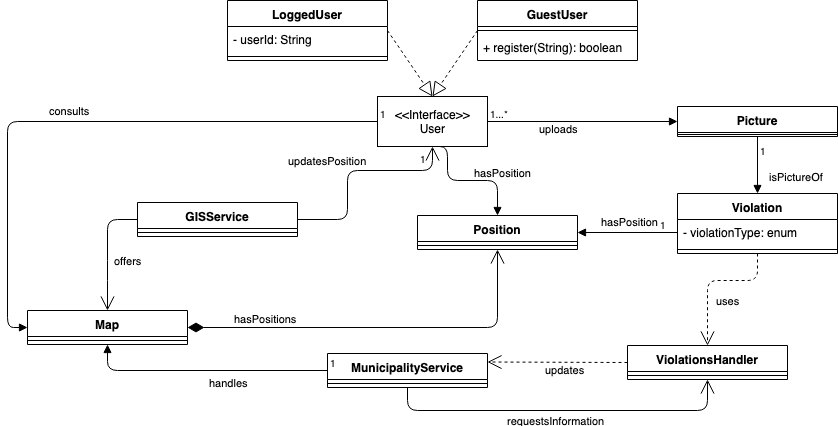
The draw.io diagram Releases/RASD/img/diagrams/uml.png in amecava/safestreets, before a commit. Source tidied: cells renumbered, new cells last; positions are measured from the earlier drawing's top-left corner, leaving out a move shared by most shapes.
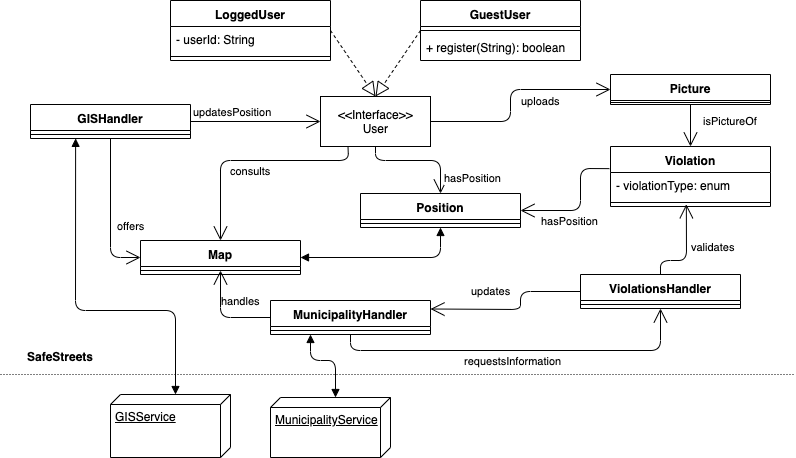
Above is the later version.

Change to the diagram source:
```diff
@@ -30,21 +30,13 @@
       <mxGeometry relative="1" as="geometry" />
     </mxCell>
     <mxCell id="11" value="Picture" style="swimlane;fontStyle=1;align=center;verticalAlign=top;horizontal=1;startSize=26;" parent="1" vertex="1">
-      <mxGeometry x="670" y="106" width="160" height="30" as="geometry" />
+      <mxGeometry x="660" y="74" width="160" height="30" as="geometry" />
     </mxCell>
     <mxCell id="12" style="line;strokeWidth=1;fillColor=none;align=left;verticalAlign=middle;spacingTop=-1;spacingLeft=3;spacingRight=3;labelPosition=right;" parent="11" vertex="1">
       <mxGeometry y="26" width="160" height="4" as="geometry" />
     </mxCell>
-    <mxCell id="13" value="uploads" style="endArrow=block;endFill=1;html=1;edgeStyle=orthogonalEdgeStyle;align=left;verticalAlign=top;exitX=1;exitY=0.5;exitDx=0;exitDy=0;entryX=0;entryY=0.5;entryDx=0;entryDy=0;" parent="1" edge="1" source="5" target="11">
-      <mxGeometry x="0.79" y="120" relative="1" as="geometry">
-        <mxPoint x="-120" y="115" as="offset" />
-      </mxGeometry>
-    </mxCell>
-    <mxCell id="14" value="1...*" style="html=1;align=left;verticalAlign=bottom;labelBackgroundColor=#ffffff;fontSize=10;" parent="13" vertex="1">
-      <mxGeometry x="-1" relative="1" as="geometry" />
-    </mxCell>
     <mxCell id="15" value="Violation" style="swimlane;fontStyle=1;align=center;verticalAlign=top;horizontal=1;startSize=26;" parent="1" vertex="1">
-      <mxGeometry x="670" y="193" width="160" height="60" as="geometry" />
+      <mxGeometry x="660" y="146" width="160" height="60" as="geometry" />
     </mxCell>
     <mxCell id="16" value="- violationType: enum" style="text;strokeColor=none;fillColor=none;align=left;verticalAlign=top;spacingLeft=4;spacingRight=4;overflow=hidden;points=[[0,0.5],[1,0.5]];portConstraint=eastwest;" parent="15" vertex="1">
       <mxGeometry y="26" width="160" height="26" as="geometry" />
@@ -52,122 +44,149 @@
     <mxCell id="17" style="line;strokeWidth=1;fillColor=none;align=left;verticalAlign=middle;spacingTop=-1;spacingLeft=3;spacingRight=3;labelPosition=right;" parent="15" vertex="1">
       <mxGeometry y="52" width="160" height="8" as="geometry" />
     </mxCell>
-    <mxCell id="18" value="isPictureOf" style="endArrow=block;endFill=1;html=1;edgeStyle=orthogonalEdgeStyle;align=left;verticalAlign=top;entryX=0.5;entryY=0;entryDx=0;entryDy=0;exitX=0.5;exitY=1;exitDx=0;exitDy=0;" parent="1" edge="1" source="11" target="15">
-      <mxGeometry x="-0.02" y="10" relative="1" as="geometry" />
-    </mxCell>
-    <mxCell id="19" value="1" style="html=1;align=left;verticalAlign=bottom;labelBackgroundColor=#ffffff;fontSize=10;" parent="18" vertex="1">
-      <mxGeometry x="-1" relative="1" as="geometry">
-        <mxPoint y="22" as="offset" />
-      </mxGeometry>
-    </mxCell>
     <mxCell id="20" value="Position" style="swimlane;fontStyle=1;align=center;verticalAlign=top;horizontal=1;startSize=26;" parent="1" vertex="1">
-      <mxGeometry x="410" y="215" width="160" height="34" as="geometry" />
+      <mxGeometry x="410" y="193" width="160" height="34" as="geometry" />
     </mxCell>
     <mxCell id="21" style="line;strokeWidth=1;fillColor=none;align=left;verticalAlign=middle;spacingTop=-1;spacingLeft=3;spacingRight=3;labelPosition=right;" parent="20" vertex="1">
       <mxGeometry y="26" width="160" height="8" as="geometry" />
     </mxCell>
-    <mxCell id="22" value="hasPosition" style="endArrow=block;endFill=1;html=1;edgeStyle=orthogonalEdgeStyle;align=left;verticalAlign=top;exitX=0;exitY=0.5;exitDx=0;exitDy=0;entryX=1;entryY=0.5;entryDx=0;entryDy=0;" parent="1" edge="1" source="16" target="20">
-      <mxGeometry x="0.56" y="-23" relative="1" as="geometry" />
-    </mxCell>
-    <mxCell id="23" value="1" style="html=1;align=left;verticalAlign=bottom;labelBackgroundColor=#ffffff;fontSize=10;" parent="22" vertex="1">
-      <mxGeometry x="-1" relative="1" as="geometry">
-        <mxPoint x="-20" as="offset" />
-      </mxGeometry>
-    </mxCell>
-    <mxCell id="24" value="hasPosition" style="endArrow=block;endFill=1;html=1;edgeStyle=orthogonalEdgeStyle;align=left;verticalAlign=top;entryX=0.5;entryY=0;entryDx=0;entryDy=0;exitX=0.5;exitY=1;exitDx=0;exitDy=0;" parent="1" edge="1" source="5" target="20">
-      <mxGeometry x="0.1" y="20" relative="1" as="geometry">
-        <Array as="points">
-          <mxPoint x="440" y="146" />
-          <mxPoint x="440" y="180" />
-          <mxPoint x="490" y="180" />
-        </Array>
-      </mxGeometry>
-    </mxCell>
-    <mxCell id="25" value="1" style="html=1;align=left;verticalAlign=bottom;labelBackgroundColor=#ffffff;fontSize=10;" parent="24" vertex="1">
-      <mxGeometry x="-1" relative="1" as="geometry">
-        <mxPoint x="-15" y="20" as="offset" />
-      </mxGeometry>
-    </mxCell>
     <mxCell id="26" value="Map" style="swimlane;fontStyle=1;align=center;verticalAlign=top;horizontal=1;startSize=26;" parent="1" vertex="1">
-      <mxGeometry x="20" y="310" width="160" height="34" as="geometry" />
+      <mxGeometry x="190" y="240" width="160" height="34" as="geometry" />
     </mxCell>
     <mxCell id="27" style="line;strokeWidth=1;fillColor=none;align=left;verticalAlign=middle;spacingTop=-1;spacingLeft=3;spacingRight=3;labelPosition=right;points=[];portConstraint=eastwest;" parent="26" vertex="1">
       <mxGeometry y="26" width="160" height="8" as="geometry" />
     </mxCell>
-    <mxCell id="28" value="consults" style="endArrow=block;endFill=1;html=1;edgeStyle=orthogonalEdgeStyle;align=left;verticalAlign=top;exitX=0;exitY=0.5;exitDx=0;exitDy=0;entryX=0;entryY=0.5;entryDx=0;entryDy=0;" parent="1" edge="1" source="5" target="26">
-      <mxGeometry x="0.11" y="-23" relative="1" as="geometry">
-        <Array as="points">
-          <mxPoint y="121" />
-          <mxPoint y="327" />
-        </Array>
-      </mxGeometry>
-    </mxCell>
-    <mxCell id="29" value="1" style="html=1;align=left;verticalAlign=bottom;labelBackgroundColor=#ffffff;fontSize=10;" parent="28" vertex="1">
-      <mxGeometry x="-1" relative="1" as="geometry" />
-    </mxCell>
-    <mxCell id="30" value="hasPositions" style="endArrow=open;html=1;endSize=12;startArrow=diamondThin;startSize=14;startFill=1;edgeStyle=orthogonalEdgeStyle;align=left;verticalAlign=bottom;exitX=1;exitY=0.5;exitDx=0;exitDy=0;entryX=0.5;entryY=1;entryDx=0;entryDy=0;" parent="1" edge="1" source="26" target="20">
-      <mxGeometry x="-0.77" relative="1" as="geometry" />
-    </mxCell>
-    <mxCell id="31" value="MunicipalityService&#10;" style="swimlane;fontStyle=1;align=center;verticalAlign=top;horizontal=1;startSize=26;" parent="1" vertex="1">
-      <mxGeometry x="320" y="353" width="160" height="34" as="geometry" />
+    <mxCell id="31" value="MunicipalityHandler&#10;" style="swimlane;fontStyle=1;align=center;verticalAlign=top;horizontal=1;startSize=26;" parent="1" vertex="1">
+      <mxGeometry x="320" y="300" width="160" height="34" as="geometry" />
     </mxCell>
     <mxCell id="32" style="line;strokeWidth=1;fillColor=none;align=left;verticalAlign=middle;spacingTop=-1;spacingLeft=3;spacingRight=3;labelPosition=right;" parent="31" vertex="1">
       <mxGeometry y="26" width="160" height="8" as="geometry" />
     </mxCell>
-    <mxCell id="33" value="handles" style="endArrow=block;endFill=1;html=1;edgeStyle=orthogonalEdgeStyle;align=left;verticalAlign=top;exitX=0;exitY=0.5;exitDx=0;exitDy=0;entryX=0.5;entryY=1;entryDx=0;entryDy=0;" parent="1" edge="1" source="31" target="26">
-      <mxGeometry x="-0.02" relative="1" as="geometry" />
-    </mxCell>
-    <mxCell id="34" value="1" style="html=1;align=left;verticalAlign=bottom;labelBackgroundColor=#ffffff;fontSize=10;" parent="33" vertex="1">
-      <mxGeometry x="-1" relative="1" as="geometry" />
-    </mxCell>
     <mxCell id="35" value="ViolationsHandler" style="swimlane;fontStyle=1;align=center;verticalAlign=top;horizontal=1;startSize=26;" parent="1" vertex="1">
-      <mxGeometry x="620" y="345" width="160" height="34" as="geometry" />
+      <mxGeometry x="630" y="274" width="160" height="34" as="geometry" />
     </mxCell>
     <mxCell id="36" style="line;strokeWidth=1;fillColor=none;align=left;verticalAlign=middle;spacingTop=-1;spacingLeft=3;spacingRight=3;labelPosition=right;" parent="35" vertex="1">
       <mxGeometry y="26" width="160" height="8" as="geometry" />
     </mxCell>
-    <mxCell id="37" value="uses" style="endArrow=open;endSize=12;dashed=1;html=1;exitX=0.5;exitY=1;exitDx=0;exitDy=0;entryX=0.5;entryY=0;entryDx=0;entryDy=0;" parent="1" edge="1" source="15" target="35">
-      <mxGeometry x="0.37" y="20" relative="1" as="geometry">
-        <Array as="points">
-          <mxPoint x="750" y="280" />
-          <mxPoint x="700" y="280" />
-        </Array>
-      </mxGeometry>
-    </mxCell>
-    <mxCell id="38" value="updates" style="endArrow=open;endSize=12;dashed=1;html=1;exitX=0;exitY=0.5;exitDx=0;exitDy=0;entryX=1;entryY=0.25;entryDx=0;entryDy=0;" parent="1" edge="1" source="35" target="31">
-      <mxGeometry x="-0.12" y="8" relative="1" as="geometry" />
-    </mxCell>
-    <mxCell id="39" value="GISService" style="swimlane;fontStyle=1;align=center;verticalAlign=top;horizontal=1;startSize=26;" parent="1" vertex="1">
-      <mxGeometry x="130" y="202" width="160" height="34" as="geometry" />
+    <mxCell id="39" value="GISHandler" style="swimlane;fontStyle=1;align=center;verticalAlign=top;horizontal=1;startSize=26;" parent="1" vertex="1">
+      <mxGeometry x="80" y="104" width="160" height="34" as="geometry" />
     </mxCell>
     <mxCell id="40" style="line;strokeWidth=1;fillColor=none;align=left;verticalAlign=middle;spacingTop=-1;spacingLeft=3;spacingRight=3;labelPosition=right;points=[];portConstraint=eastwest;" parent="39" vertex="1">
       <mxGeometry y="26" width="160" height="8" as="geometry" />
     </mxCell>
-    <mxCell id="41" value="offers" style="endArrow=open;endFill=1;endSize=12;html=1;exitX=0;exitY=0.5;exitDx=0;exitDy=0;entryX=0.5;entryY=0;entryDx=0;entryDy=0;" parent="1" edge="1" source="39" target="26">
+    <mxCell id="41" value="offers" style="endArrow=open;endFill=1;endSize=12;html=1;exitX=0.5;exitY=1;exitDx=0;exitDy=0;entryX=0;entryY=0.5;entryDx=0;entryDy=0;" parent="1" edge="1" source="39" target="26">
       <mxGeometry x="0.17" y="20" relative="1" as="geometry">
         <Array as="points">
-          <mxPoint x="100" y="219" />
-          <mxPoint x="100" y="270" />
+          <mxPoint x="160" y="257" />
         </Array>
       </mxGeometry>
     </mxCell>
-    <mxCell id="42" value="updatesPosition" style="endArrow=open;endFill=1;endSize=12;html=1;exitX=1;exitY=0.5;exitDx=0;exitDy=0;entryX=0.5;entryY=1;entryDx=0;entryDy=0;" parent="1" edge="1" source="39" target="5">
+    <mxCell id="42" value="updatesPosition" style="endArrow=open;endFill=1;endSize=12;html=1;exitX=1;exitY=0.5;exitDx=0;exitDy=0;entryX=0;entryY=0.5;entryDx=0;entryDy=0;" parent="1" edge="1" source="39" target="5">
       <mxGeometry x="-0.05" y="22" relative="1" as="geometry">
-        <Array as="points">
-          <mxPoint x="340" y="219" />
-          <mxPoint x="340" y="170" />
-          <mxPoint x="425" y="170" />
-        </Array>
         <mxPoint x="-20" y="12" as="offset" />
       </mxGeometry>
     </mxCell>
     <mxCell id="43" value="requestsInformation" style="endArrow=open;endFill=1;endSize=12;html=1;exitX=0.5;exitY=1;exitDx=0;exitDy=0;entryX=0.5;entryY=1;entryDx=0;entryDy=0;" parent="1" edge="1" source="31" target="35">
       <mxGeometry x="-0.04" y="-10" relative="1" as="geometry">
         <Array as="points">
-          <mxPoint x="400" y="410" />
-          <mxPoint x="700" y="410" />
+          <mxPoint x="400" y="350" />
+          <mxPoint x="710" y="350" />
         </Array>
       </mxGeometry>
     </mxCell>
+    <mxCell id="38" value="updates" style="endArrow=open;endFill=1;endSize=12;html=1;exitX=0;exitY=0.5;exitDx=0;exitDy=0;entryX=1;entryY=0.25;entryDx=0;entryDy=0;" parent="1" edge="1" source="35" target="31">
+      <mxGeometry x="0.29" y="-18" relative="1" as="geometry">
+        <Array as="points">
+          <mxPoint x="570" y="291" />
+          <mxPoint x="570" y="309" />
+        </Array>
+      </mxGeometry>
+    </mxCell>
+    <mxCell id="44" value="validates" style="endArrow=open;endFill=1;endSize=12;html=1;entryX=0.474;entryY=1.222;entryDx=0;entryDy=0;entryPerimeter=0;exitX=0.5;exitY=0;exitDx=0;exitDy=0;" parent="1" edge="1" source="35" target="16">
+      <mxGeometry x="0.11" y="-27" relative="1" as="geometry">
+        <Array as="points">
+          <mxPoint x="710" y="260" />
+          <mxPoint x="736" y="260" />
+        </Array>
+      </mxGeometry>
+    </mxCell>
+    <mxCell id="45" value="GISService" style="verticalAlign=top;align=left;spacingTop=8;spacingLeft=2;spacingRight=12;shape=cube;size=10;direction=south;fontStyle=4;html=1;" parent="1" vertex="1">
+      <mxGeometry x="160" y="394" width="120" height="63" as="geometry" />
+    </mxCell>
+    <mxCell id="46" value="hasPosition" style="endArrow=open;endFill=1;endSize=12;html=1;exitX=-0.007;exitY=0.369;exitDx=0;exitDy=0;exitPerimeter=0;entryX=1;entryY=0.5;entryDx=0;entryDy=0;" parent="1" edge="1" source="15" target="20">
+      <mxGeometry x="0.24" y="10" relative="1" as="geometry">
+        <Array as="points">
+          <mxPoint x="630" y="168" />
+          <mxPoint x="630" y="210" />
+        </Array>
+      </mxGeometry>
+    </mxCell>
+    <mxCell id="24" value="hasPosition" style="endArrow=open;endFill=1;endSize=12;html=1;exitX=0.5;exitY=1;exitDx=0;exitDy=0;entryX=0.5;entryY=0;entryDx=0;entryDy=0;" parent="1" edge="1" source="5" target="20">
+      <mxGeometry x="0.72" y="33" relative="1" as="geometry">
+        <Array as="points">
+          <mxPoint x="425" y="160" />
+          <mxPoint x="490" y="160" />
+        </Array>
+        <mxPoint x="-1" as="offset" />
+      </mxGeometry>
+    </mxCell>
+    <mxCell id="47" value="MunicipalityService" style="verticalAlign=top;align=left;spacingTop=8;spacingLeft=2;spacingRight=12;shape=cube;size=10;direction=south;fontStyle=4;html=1;" parent="1" vertex="1">
+      <mxGeometry x="320" y="397" width="120" height="60" as="geometry" />
+    </mxCell>
+    <mxCell id="48" style="line;strokeWidth=1;fillColor=none;align=left;verticalAlign=middle;spacingTop=-1;spacingLeft=3;spacingRight=3;labelPosition=right;dashed=1;dashPattern=1 2;" parent="1" vertex="1">
+      <mxGeometry x="50" y="370" width="795" height="8" as="geometry" />
+    </mxCell>
+    <mxCell id="49" value="SafeStreets" style="text;align=center;fontStyle=1;verticalAlign=middle;spacingLeft=3;spacingRight=3;strokeColor=none;dashed=1;dashPattern=1 2;" parent="1" vertex="1">
+      <mxGeometry x="70" y="344" width="80" height="26" as="geometry" />
+    </mxCell>
+    <mxCell id="13" value="uploads" style="endArrow=open;endFill=1;endSize=12;html=1;exitX=1;exitY=0.5;exitDx=0;exitDy=0;entryX=0;entryY=0.5;entryDx=0;entryDy=0;" parent="1" edge="1" source="5" target="11">
+      <mxGeometry x="0.34" y="-11" relative="1" as="geometry">
+        <Array as="points">
+          <mxPoint x="560" y="121" />
+          <mxPoint x="560" y="89" />
+        </Array>
+      </mxGeometry>
+    </mxCell>
+    <mxCell id="28" value="consults&lt;br&gt;" style="endArrow=open;endFill=1;endSize=12;html=1;exitX=0.25;exitY=1;exitDx=0;exitDy=0;entryX=0.5;entryY=0;entryDx=0;entryDy=0;" parent="1" edge="1" source="5" target="26">
+      <mxGeometry x="0.01" y="10" relative="1" as="geometry">
+        <Array as="points">
+          <mxPoint x="398" y="160" />
+          <mxPoint x="270" y="160" />
+        </Array>
+      </mxGeometry>
+    </mxCell>
+    <mxCell id="33" value="handles" style="endArrow=open;endFill=1;endSize=12;html=1;exitX=0;exitY=0.5;exitDx=0;exitDy=0;entryX=0.5;entryY=0.5;entryDx=0;entryDy=0;entryPerimeter=0;" parent="1" edge="1" source="31" target="27">
+      <mxGeometry x="0.38" y="-20" relative="1" as="geometry">
+        <Array as="points">
+          <mxPoint x="270" y="317" />
+        </Array>
+      </mxGeometry>
+    </mxCell>
+    <mxCell id="18" value="isPictureOf" style="endArrow=open;endFill=1;endSize=12;html=1;exitX=0.5;exitY=1;exitDx=0;exitDy=0;entryX=0.5;entryY=0;entryDx=0;entryDy=0;" parent="1" edge="1" source="11" target="15">
+      <mxGeometry x="-0.24" y="40" relative="1" as="geometry" />
+    </mxCell>
+    <mxCell id="50" style="endArrow=block;startArrow=block;endFill=1;startFill=1;html=1;exitX=0.282;exitY=0.985;exitDx=0;exitDy=0;exitPerimeter=0;entryX=0;entryY=0;entryDx=0;entryDy=55;entryPerimeter=0;" parent="1" edge="1" source="40" target="45">
+      <mxGeometry relative="1" as="geometry">
+        <Array as="points">
+          <mxPoint x="125" y="310" />
+          <mxPoint x="225" y="310" />
+        </Array>
+      </mxGeometry>
+    </mxCell>
+    <mxCell id="51" style="endArrow=block;startArrow=block;endFill=1;startFill=1;html=1;exitX=0.25;exitY=1;exitDx=0;exitDy=0;entryX=0;entryY=0;entryDx=0;entryDy=55;entryPerimeter=0;" parent="1" edge="1" source="31" target="47">
+      <mxGeometry relative="1" as="geometry">
+        <Array as="points">
+          <mxPoint x="360" y="360" />
+          <mxPoint x="385" y="360" />
+        </Array>
+      </mxGeometry>
+    </mxCell>
+    <mxCell id="52" style="endArrow=block;startArrow=block;endFill=1;startFill=1;html=1;exitX=0.5;exitY=1;exitDx=0;exitDy=0;entryX=1;entryY=0.5;entryDx=0;entryDy=0;" parent="1" edge="1" source="20" target="26">
+      <mxGeometry relative="1" as="geometry">
+        <Array as="points">
+          <mxPoint x="490" y="257" />
+        </Array>
+      </mxGeometry>
+    </mxCell>
   </root>
 </mxGraphModel>
```
